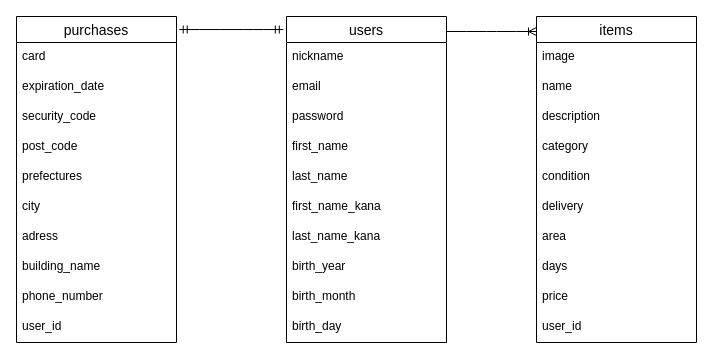
The draw.io diagram furima.dio in yasu27/furima-33987, before the edit. Source tidied: cells renumbered, new cells numbered last; positions are measured from the earlier drawing's top-left corner, leaving out a move shared by most shapes. Both pictures are drawn from the tidied source at 100%, with x=0, y=0 at pixel (16, 16).
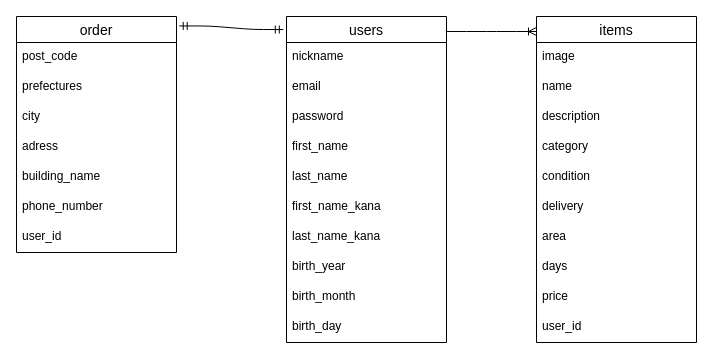
The same diagram, later.

Commit message (it also covers changes not shown here):
データベース設計3

Diff of the diagram source:
```diff
@@
-    <mxCell id="24" value="purchases" style="swimlane;fontStyle=0;horizontal=1;startSize=26;align=center;fontSize=14;" parent="1" vertex="1">
-      <mxGeometry width="160" height="326" as="geometry" />
+    <mxCell id="24" value="order" style="swimlane;fontStyle=0;horizontal=1;startSize=26;align=center;fontSize=14;" parent="1" vertex="1">
+      <mxGeometry width="160" height="236" as="geometry" />
     </mxCell>
-    <mxCell id="25" value="card" style="text;strokeColor=none;fillColor=none;spacingLeft=4;spacingRight=4;overflow=hidden;fontSize=12;" parent="24" vertex="1">
-      <mxGeometry y="26" width="160" height="30" as="geometry" />
-    </mxCell>
-    <mxCell id="26" value="expiration_date" style="text;strokeColor=none;fillColor=none;spacingLeft=4;spacingRight=4;overflow=hidden;fontSize=12;" parent="24" vertex="1">
-      <mxGeometry y="56" width="160" height="30" as="geometry" />
-    </mxCell>
-    <mxCell id="27" value="security_code" style="text;strokeColor=none;fillColor=none;spacingLeft=4;spacingRight=4;overflow=hidden;fontSize=12;" parent="24" vertex="1">
-      <mxGeometry y="86" width="160" height="30" as="geometry" />
-    </mxCell>
     <mxCell id="28" value="post_code" style="text;strokeColor=none;fillColor=none;spacingLeft=4;spacingRight=4;overflow=hidden;fontSize=12;" parent="24" vertex="1">
-      <mxGeometry y="116" width="160" height="30" as="geometry" />
+      <mxGeometry y="26" width="160" height="30" as="geometry" />
     </mxCell>
     <mxCell id="29" value="prefectures" style="text;strokeColor=none;fillColor=none;spacingLeft=4;spacingRight=4;overflow=hidden;fontSize=12;" parent="24" vertex="1">
-      <mxGeometry y="146" width="160" height="30" as="geometry" />
+      <mxGeometry y="56" width="160" height="30" as="geometry" />
     </mxCell>
     <mxCell id="30" value="city" style="text;strokeColor=none;fillColor=none;spacingLeft=4;spacingRight=4;overflow=hidden;fontSize=12;" parent="24" vertex="1">
-      <mxGeometry y="176" width="160" height="30" as="geometry" />
+      <mxGeometry y="86" width="160" height="30" as="geometry" />
     </mxCell>
     <mxCell id="31" value="adress" style="text;strokeColor=none;fillColor=none;spacingLeft=4;spacingRight=4;overflow=hidden;fontSize=12;" parent="24" vertex="1">
-      <mxGeometry y="206" width="160" height="30" as="geometry" />
+      <mxGeometry y="116" width="160" height="30" as="geometry" />
     </mxCell>
     <mxCell id="32" value="building_name" style="text;strokeColor=none;fillColor=none;spacingLeft=4;spacingRight=4;overflow=hidden;fontSize=12;" parent="24" vertex="1">
-      <mxGeometry y="236" width="160" height="30" as="geometry" />
+      <mxGeometry y="146" width="160" height="30" as="geometry" />
     </mxCell>
     <mxCell id="33" value="phone_number" style="text;strokeColor=none;fillColor=none;spacingLeft=4;spacingRight=4;overflow=hidden;fontSize=12;" parent="24" vertex="1">
-      <mxGeometry y="266" width="160" height="30" as="geometry" />
+      <mxGeometry y="176" width="160" height="30" as="geometry" />
     </mxCell>
     <mxCell id="34" value="user_id" style="text;strokeColor=none;fillColor=none;spacingLeft=4;spacingRight=4;overflow=hidden;fontSize=12;" parent="24" vertex="1">
-      <mxGeometry y="296" width="160" height="30" as="geometry" />
+      <mxGeometry y="206" width="160" height="30" as="geometry" />
     </mxCell>
```
